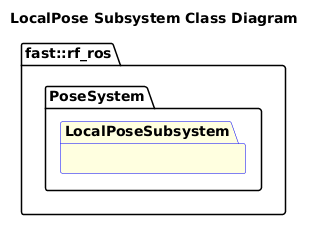
This is Systems/Pose/Subsystems/LocalPose/doc/puml/LocalPoseSubsystemClassDiagram.png from fastrobotics/robot_framework_ros, a PlantUML export, as it was before one commit. The source it was exported from:
```plantuml
@startuml
title LocalPose Subsystem Class Diagram

namespace fast::rf_ros {
    namespace PoseSystem {
        package LocalPoseSubsystem #LightYellow;line:blue {
        }
    }
}
@enduml
```
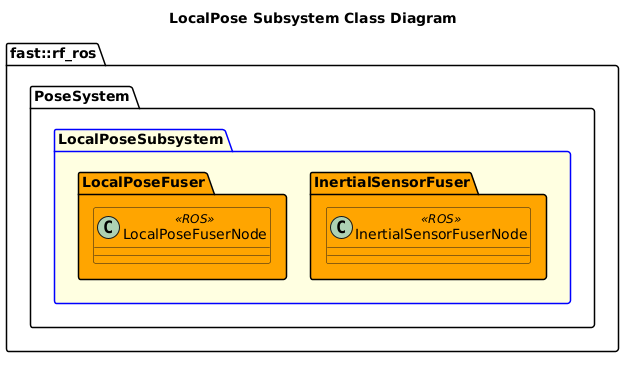
After the commit.

What changed in the source:
```diff
@@ -4,6 +4,16 @@
 namespace fast::rf_ros {
     namespace PoseSystem {
         package LocalPoseSubsystem #LightYellow;line:blue {
+            namespace InertialSensorFuser #Orange {
+                class InertialSensorFuserNode <<ROS>> #Orange {
+
+                }
+            }
+            namespace LocalPoseFuser #Orange {
+                class LocalPoseFuserNode <<ROS>> #Orange {
+
+                }
+            }
         }
     }
 }
```
